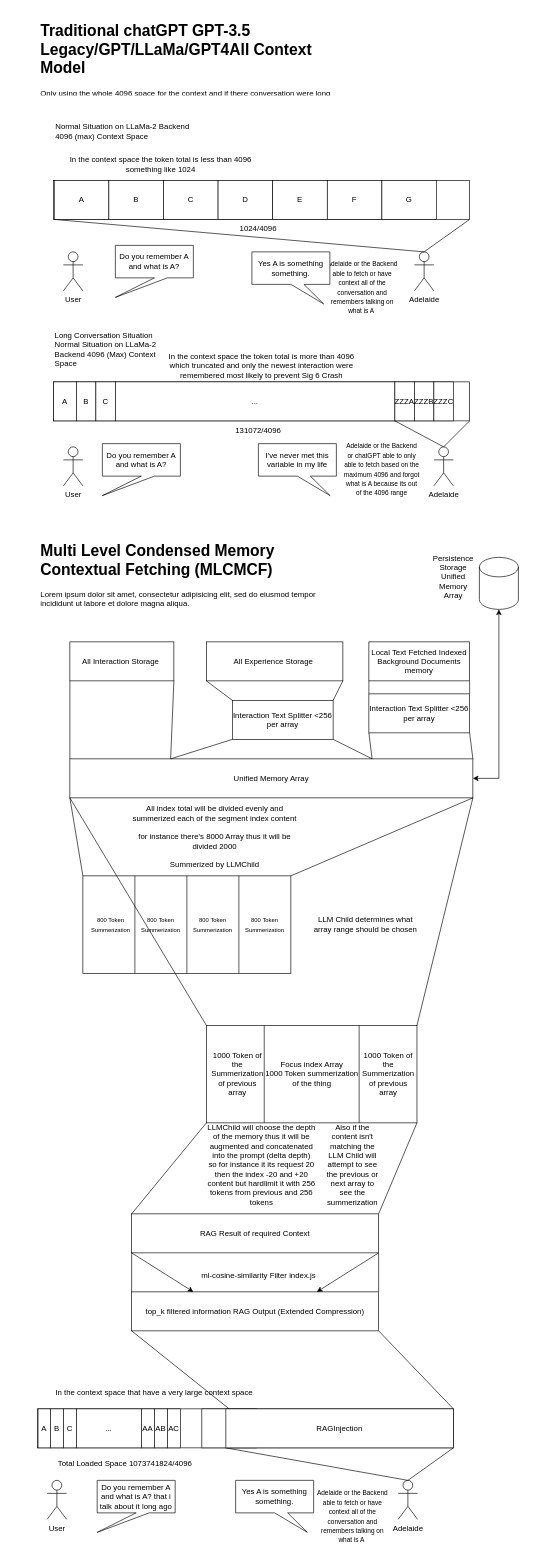
The draw.io diagram page "Multi Level Condensed Memory Contextual Fetching" (2 of 2) of documentation/Developer Documentation/Architecture of Adelaide/Basic Building Block of Adelaide Paradigm.drawio in albertstarfield/project-zephyrine, before the edit. Source tidied: cells renumbered, new cells numbered last; positions are measured from the earlier drawing's top-left corner, leaving out a move shared by most shapes. Both pictures are drawn from the tidied source at 65%, with x=0, y=0 at pixel (31, 18).
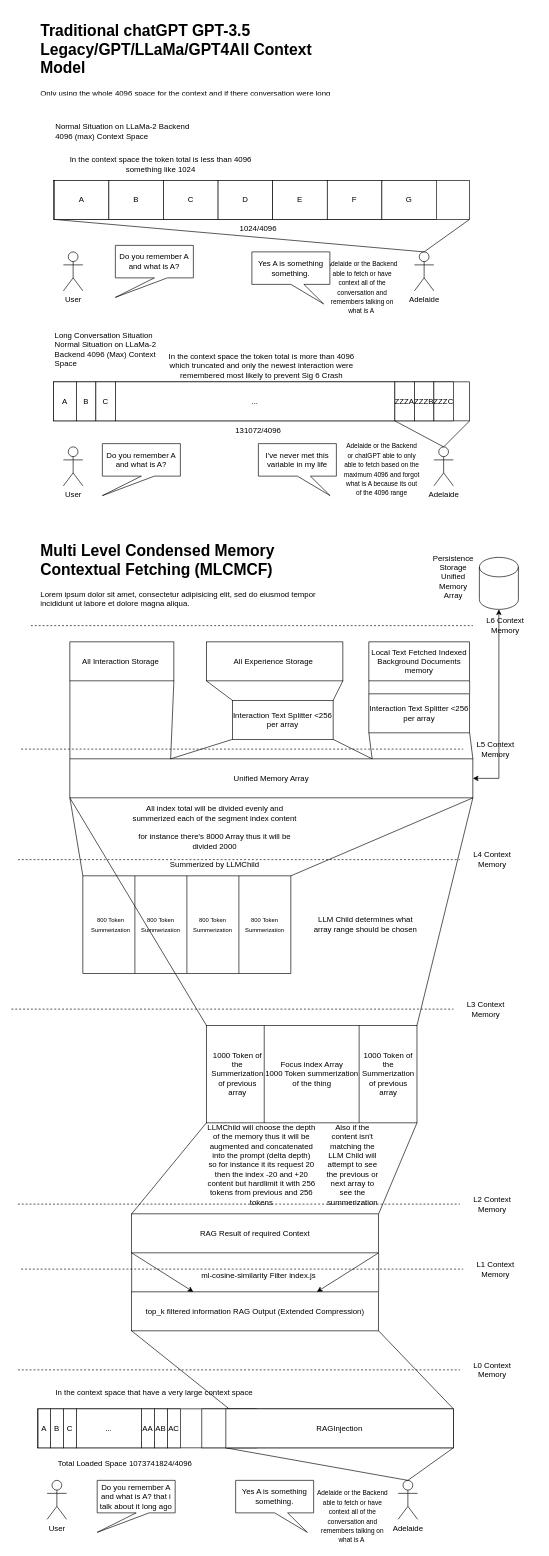
The same page after the edit.

The edit, as a diff of the source:
```diff
@@
+    <mxCell id="108" style="endArrow=none;dashed=1;html=1;rounded=0;" parent="1" edge="1" target="109">
+      <mxGeometry relative="1" as="geometry">
+        <mxPoint x="-20" y="2080" as="sourcePoint" />
+      </mxGeometry>
+    </mxCell>
+    <mxCell id="109" value="L0 Context Memory" style="text;html=1;strokeColor=none;fillColor=none;align=center;verticalAlign=middle;whiteSpace=wrap;rounded=0;" parent="1" vertex="1">
+      <mxGeometry x="660" y="2065" width="100" height="30" as="geometry" />
+    </mxCell>
+    <mxCell id="110" style="endArrow=none;dashed=1;html=1;rounded=0;" parent="1" edge="1" target="111">
+      <mxGeometry relative="1" as="geometry">
+        <mxPoint x="-15" y="1925" as="sourcePoint" />
+      </mxGeometry>
+    </mxCell>
+    <mxCell id="111" value="L1 Context Memory" style="text;html=1;strokeColor=none;fillColor=none;align=center;verticalAlign=middle;whiteSpace=wrap;rounded=0;" parent="1" vertex="1">
+      <mxGeometry x="665" y="1910" width="100" height="30" as="geometry" />
+    </mxCell>
+    <mxCell id="112" style="endArrow=none;dashed=1;html=1;rounded=0;" parent="1" edge="1" target="113">
+      <mxGeometry relative="1" as="geometry">
+        <mxPoint x="-20" y="1825" as="sourcePoint" />
+      </mxGeometry>
+    </mxCell>
+    <mxCell id="113" value="L2 Context Memory" style="text;html=1;strokeColor=none;fillColor=none;align=center;verticalAlign=middle;whiteSpace=wrap;rounded=0;" parent="1" vertex="1">
+      <mxGeometry x="660" y="1810" width="100" height="30" as="geometry" />
+    </mxCell>
+    <mxCell id="114" style="endArrow=none;dashed=1;html=1;rounded=0;" parent="1" edge="1" target="115">
+      <mxGeometry relative="1" as="geometry">
+        <mxPoint x="-30" y="1525" as="sourcePoint" />
+      </mxGeometry>
+    </mxCell>
+    <mxCell id="115" value="L3 Context Memory" style="text;html=1;strokeColor=none;fillColor=none;align=center;verticalAlign=middle;whiteSpace=wrap;rounded=0;" parent="1" vertex="1">
+      <mxGeometry x="650" y="1510" width="100" height="30" as="geometry" />
+    </mxCell>
+    <mxCell id="116" style="endArrow=none;dashed=1;html=1;rounded=0;" parent="1" edge="1" target="117">
+      <mxGeometry relative="1" as="geometry">
+        <mxPoint x="-20" y="1295" as="sourcePoint" />
+      </mxGeometry>
+    </mxCell>
+    <mxCell id="117" value="L4 Context Memory" style="text;html=1;strokeColor=none;fillColor=none;align=center;verticalAlign=middle;whiteSpace=wrap;rounded=0;" parent="1" vertex="1">
+      <mxGeometry x="660" y="1280" width="100" height="30" as="geometry" />
+    </mxCell>
+    <mxCell id="118" style="endArrow=none;dashed=1;html=1;rounded=0;" parent="1" edge="1" target="119">
+      <mxGeometry relative="1" as="geometry">
+        <mxPoint x="-15" y="1125" as="sourcePoint" />
+      </mxGeometry>
+    </mxCell>
+    <mxCell id="119" value="L5 Context Memory" style="text;html=1;strokeColor=none;fillColor=none;align=center;verticalAlign=middle;whiteSpace=wrap;rounded=0;" parent="1" vertex="1">
+      <mxGeometry x="665" y="1110" width="100" height="30" as="geometry" />
+    </mxCell>
+    <mxCell id="120" style="endArrow=none;dashed=1;html=1;rounded=0;" parent="1" edge="1" target="121">
+      <mxGeometry relative="1" as="geometry">
+        <mxPoint y="935" as="sourcePoint" />
+      </mxGeometry>
+    </mxCell>
+    <mxCell id="121" value="L6 Context Memory" style="text;html=1;strokeColor=none;fillColor=none;align=center;verticalAlign=middle;whiteSpace=wrap;rounded=0;" parent="1" vertex="1">
+      <mxGeometry x="680" y="920" width="100" height="30" as="geometry" />
+    </mxCell>
```
